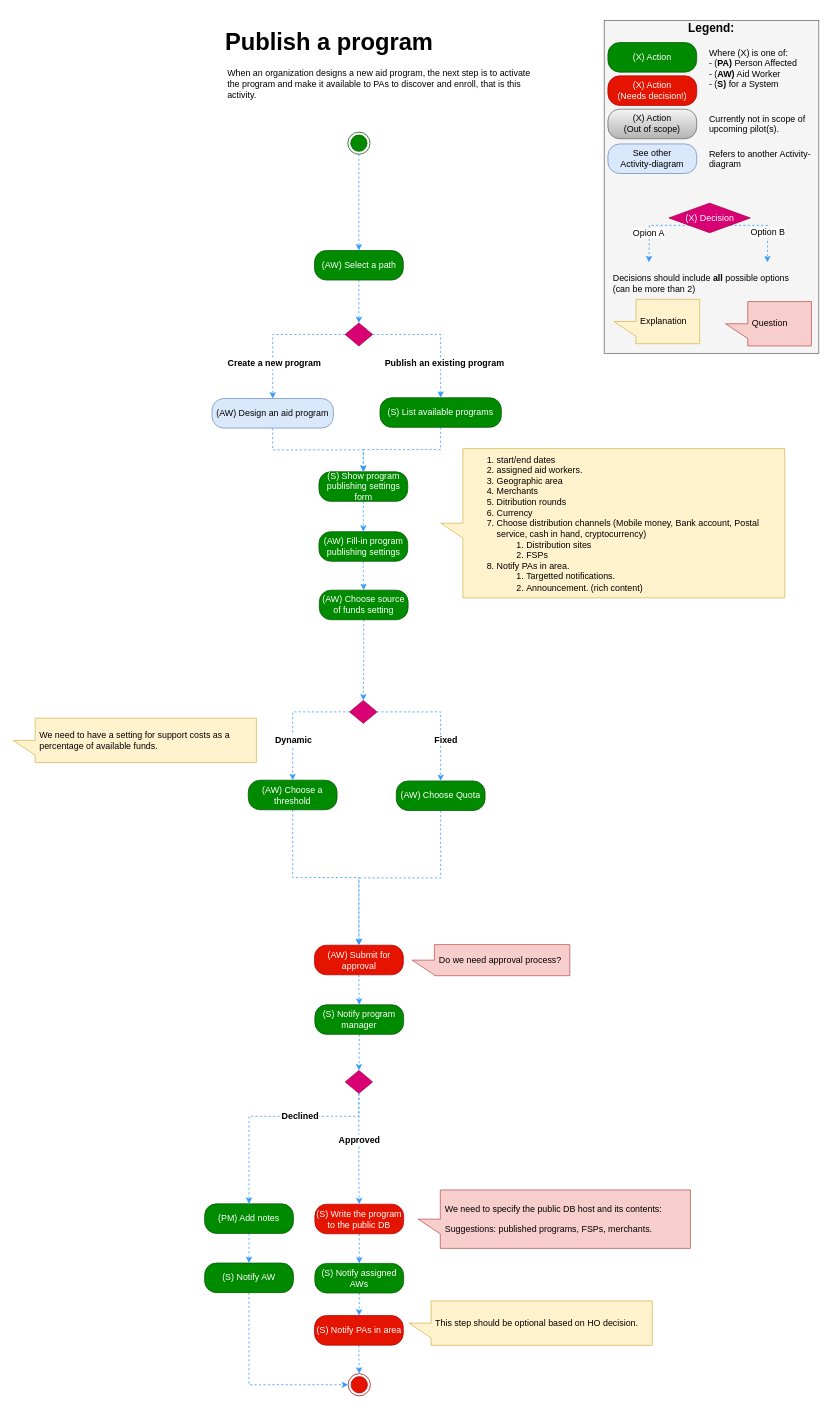
Before: Activity Diagrams/Publish a program activity.drawio in nsward/diagrams, a draw.io diagram. Source tidied: cells renumbered, new cells numbered last; positions are measured from the earlier drawing's top-left corner, leaving out a move shared by most shapes. Both pictures are drawn from the tidied source at 74%, with x=0, y=0 at pixel (13, 13).
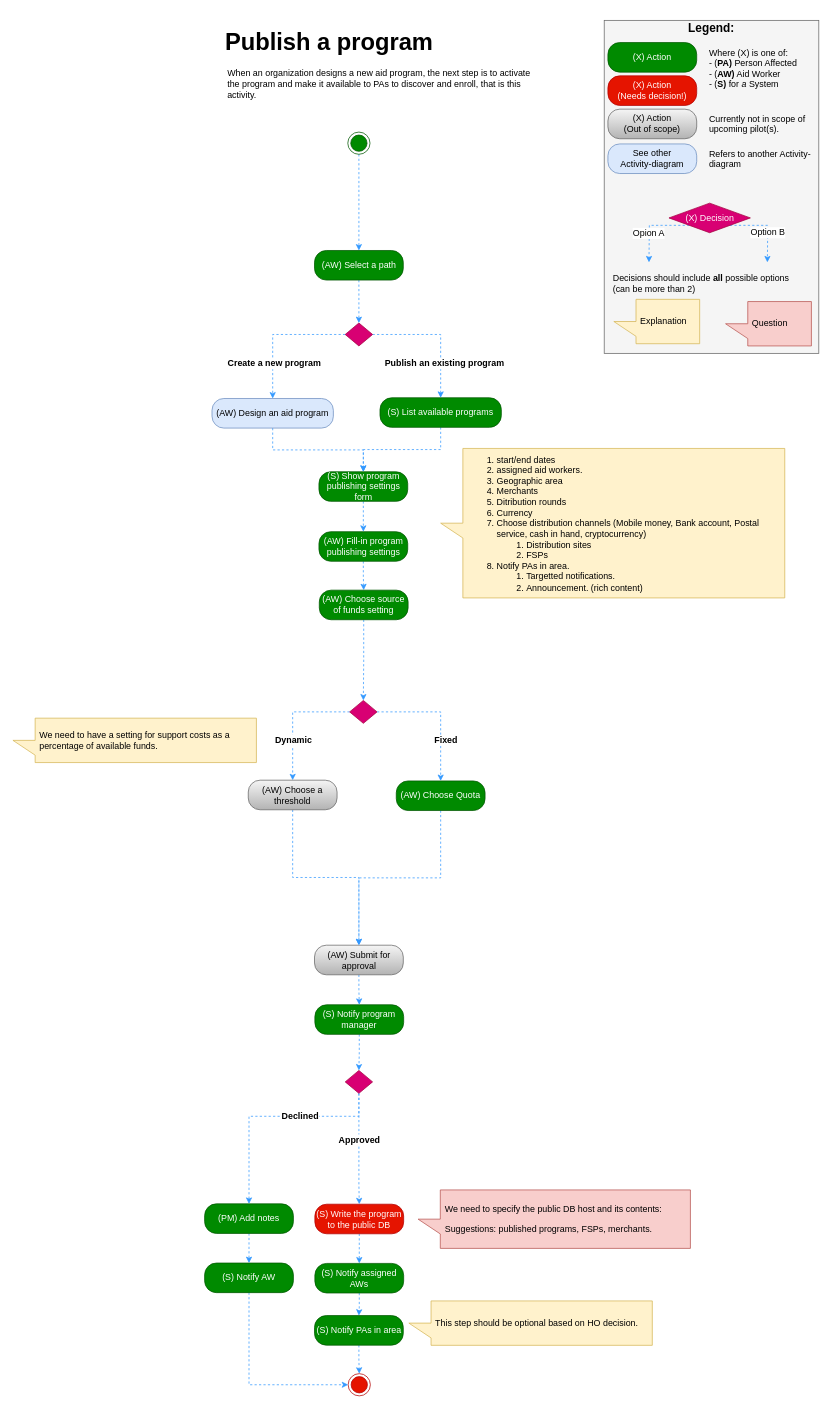
After the change.

Diff of the diagram source:
```diff
@@
-    <mxCell id="45" value="(AW) Submit for approval&lt;br&gt;" style="rounded=1;whiteSpace=wrap;html=1;arcSize=40;fillColor=#e51400;strokeColor=#B20000;fontColor=#ffffff;" parent="1" vertex="1">
+    <mxCell id="45" value="(AW) Submit for approval&lt;br&gt;" style="rounded=1;whiteSpace=wrap;html=1;arcSize=40;fillColor=#f5f5f5;strokeColor=#666666;fontColor=#000000;gradientColor=#b3b3b3;" parent="1" vertex="1">
       <mxGeometry x="407.5" y="1259.8" width="120" height="40" as="geometry" />
     </mxCell>
@@
-    <mxCell id="54" value="&lt;p&gt;Do we need approval process?&lt;/p&gt;" style="shape=callout;whiteSpace=wrap;html=1;perimeter=calloutPerimeter;fillColor=#f8cecc;fontSize=12;align=left;strokeColor=#b85450;spacingLeft=4;direction=south;" parent="1" vertex="1">
-      <mxGeometry x="539.5" y="1259" width="213" height="42" as="geometry" />
-    </mxCell>
@@
-    <mxCell id="63" value="(AW) Choose a threshold" style="rounded=1;whiteSpace=wrap;html=1;arcSize=40;fillColor=#008a00;strokeColor=#005700;fontColor=#ffffff;" parent="1" vertex="1">
+    <mxCell id="63" value="(AW) Choose a threshold" style="rounded=1;whiteSpace=wrap;html=1;arcSize=40;fillColor=#f5f5f5;strokeColor=#666666;fontColor=#000000;gradientColor=#b3b3b3;" parent="1" vertex="1">
       <mxGeometry x="318" y="1036.8" width="120" height="40" as="geometry" />
     </mxCell>
@@
-    <mxCell id="76" value="(S) Notify PAs in area&lt;br&gt;" style="rounded=1;whiteSpace=wrap;html=1;arcSize=40;fillColor=#e51400;strokeColor=#B20000;fontColor=#ffffff;" parent="1" vertex="1">
+    <mxCell id="76" value="(S) Notify PAs in area&lt;br&gt;" style="rounded=1;whiteSpace=wrap;html=1;arcSize=40;fillColor=#008a00;strokeColor=#005700;fontColor=#ffffff;" parent="1" vertex="1">
       <mxGeometry x="407.5" y="1760.3" width="120" height="40" as="geometry" />
     </mxCell>
```
